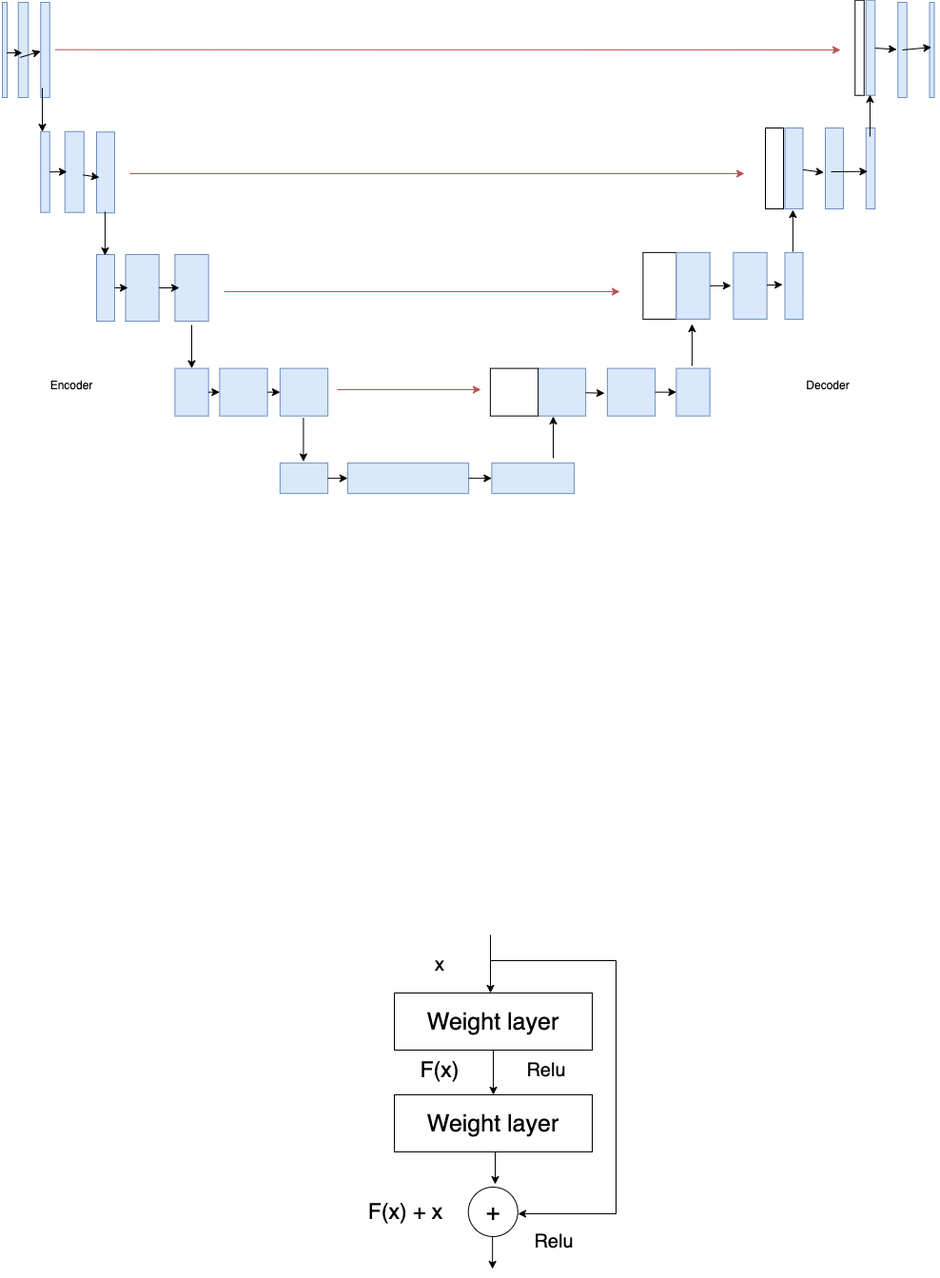
jtwty/Face_Rec keeps this draw.io diagram as UNet+resnet图.drawio.png. Above is the earlier version. Source tidied: cells renumbered, new cells last; positions are measured from the earlier drawing's top-left corner, leaving out a move shared by most shapes.
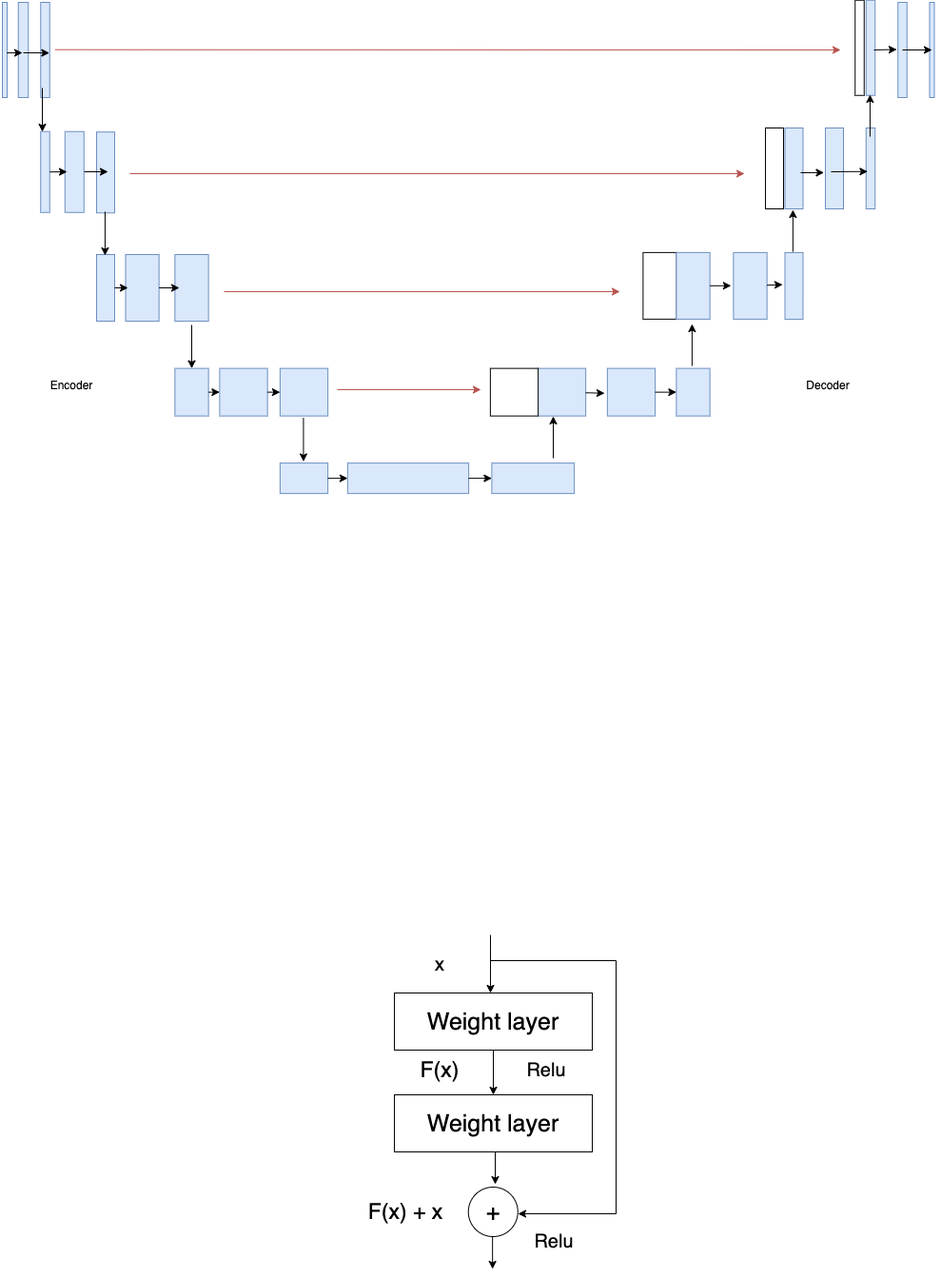
After the commit.

Change to the diagram source:
```diff
@@ -204,32 +204,41 @@
         <mxPoint x="116" y="135" as="targetPoint" />
       </mxGeometry>
     </mxCell>
-    <mxCell id="56" style="endArrow=classic;html=1;rounded=0;exitX=0.536;exitY=0.052;exitDx=0;exitDy=0;exitPerimeter=0;" parent="1" edge="1" source="7">
+    <mxCell id="56" style="endArrow=classic;html=1;rounded=0;" parent="1" edge="1">
       <mxGeometry relative="1" as="geometry">
-        <mxPoint x="150" y="141" as="targetPoint" />
+        <mxPoint x="134" y="135" as="sourcePoint" />
+        <mxPoint x="159" y="135" as="targetPoint" />
       </mxGeometry>
     </mxCell>
-    <mxCell id="57" style="endArrow=classic;html=1;rounded=0;entryX=0.552;entryY=1.077;entryDx=0;entryDy=0;entryPerimeter=0;" parent="1" edge="1" source="26" target="28">
-      <mxGeometry relative="1" as="geometry" />
+    <mxCell id="57" style="endArrow=classic;html=1;rounded=0;entryX=0.552;entryY=1.077;entryDx=0;entryDy=0;entryPerimeter=0;" parent="1" edge="1" target="28">
+      <mxGeometry relative="1" as="geometry">
+        <mxPoint x="887" y="136" as="sourcePoint" />
+      </mxGeometry>
     </mxCell>
     <mxCell id="58" style="endArrow=classic;html=1;rounded=0;entryX=0.538;entryY=0.825;entryDx=0;entryDy=0;entryPerimeter=0;" parent="1" edge="1" target="29">
       <mxGeometry relative="1" as="geometry">
         <mxPoint x="919" y="135" as="sourcePoint" />
       </mxGeometry>
     </mxCell>
-    <mxCell id="59" style="endArrow=classic;html=1;rounded=0;entryX=0.495;entryY=1.132;entryDx=0;entryDy=0;entryPerimeter=0;" parent="1" edge="1" source="30" target="32">
-      <mxGeometry relative="1" as="geometry" />
+    <mxCell id="59" style="endArrow=classic;html=1;rounded=0;entryX=0.495;entryY=1.132;entryDx=0;entryDy=0;entryPerimeter=0;" parent="1" edge="1" target="32">
+      <mxGeometry relative="1" as="geometry">
+        <mxPoint x="964" y="7" as="sourcePoint" />
+      </mxGeometry>
     </mxCell>
-    <mxCell id="60" style="endArrow=classic;html=1;rounded=0;exitX=0.5;exitY=0.5;exitDx=0;exitDy=0;exitPerimeter=0;entryX=0.472;entryY=0.606;entryDx=0;entryDy=0;entryPerimeter=0;" parent="1" edge="1" source="32" target="5">
-      <mxGeometry relative="1" as="geometry" />
+    <mxCell id="60" style="endArrow=classic;html=1;rounded=0;exitX=0.5;exitY=0.5;exitDx=0;exitDy=0;exitPerimeter=0;" parent="1" edge="1" source="32">
+      <mxGeometry relative="1" as="geometry">
+        <mxPoint x="1025" y="7" as="targetPoint" />
+      </mxGeometry>
     </mxCell>
     <mxCell id="61" style="endArrow=classic;html=1;rounded=0;exitX=0.531;exitY=0.059;exitDx=0;exitDy=0;exitPerimeter=0;" parent="1" edge="1" source="2">
       <mxGeometry relative="1" as="geometry">
         <mxPoint x="69" y="10" as="targetPoint" />
       </mxGeometry>
     </mxCell>
-    <mxCell id="62" style="endArrow=classic;html=1;rounded=0;exitX=0.578;exitY=0.803;exitDx=0;exitDy=0;exitPerimeter=0;" parent="1" edge="1" source="3" target="4">
-      <mxGeometry relative="1" as="geometry" />
+    <mxCell id="62" style="endArrow=classic;html=1;rounded=0;entryX=0.531;entryY=0.036;entryDx=0;entryDy=0;entryPerimeter=0;" parent="1" edge="1" target="4">
+      <mxGeometry relative="1" as="geometry">
+        <mxPoint x="70" y="10" as="sourcePoint" />
+      </mxGeometry>
     </mxCell>
     <mxCell id="63" value="Encoder" style="text;html=1;strokeColor=none;fillColor=none;align=center;verticalAlign=middle;whiteSpace=wrap;rounded=0;" parent="1" vertex="1">
       <mxGeometry x="63" y="316" width="116" height="88" as="geometry" />
```
